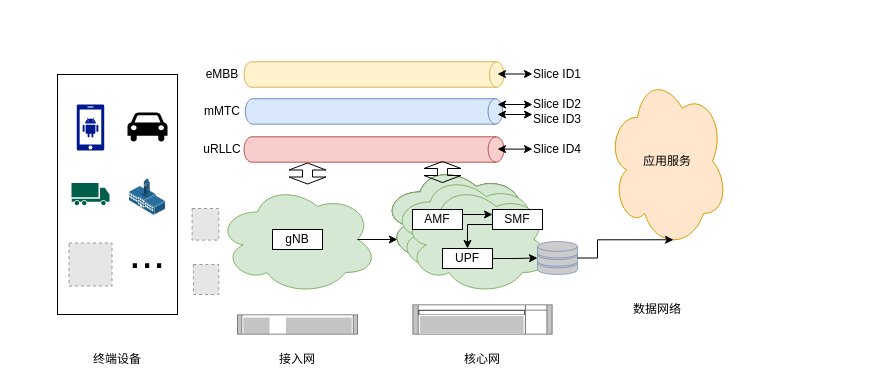
Above: doc/研究思路.drawio in zjr162/drawio-desktop (draw.io), before the change. Source tidied: cells renumbered, new cells numbered last; positions are measured from the earlier drawing's top-left corner, leaving out a move shared by most shapes. Both pictures are drawn from the tidied source at 100%, with x=0, y=0 at pixel (57, -56). Pictures stored in the file or linked from it are replaced by grey dashed boxes.
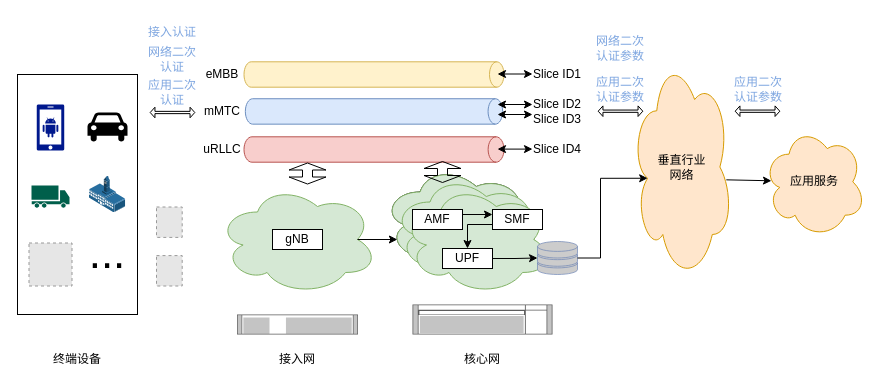
The same diagram, later.

Commit message:
更新研究思路.drawio

Unchanged cells that the change refers to:
```xml
<mxCell id="23" style="fontColor=#0066CC;verticalAlign=top;verticalLabelPosition=bottom;labelPosition=center;align=center;html=1;outlineConnect=0;fillColor=#CCCCCC;strokeColor=#6881B3;gradientColor=none;gradientDirection=north;strokeWidth=2;shape=mxgraph.networks.storage;" parent="1" vertex="1">
  <mxGeometry x="480" y="297" width="40" height="33" as="geometry" />
</mxCell>
```

Diff of the diagram source:
```diff
@@
     <mxCell id="2" value="终端设备" style="text;html=1;strokeColor=none;fillColor=none;align=center;verticalAlign=middle;whiteSpace=wrap;rounded=0;" parent="1" vertex="1">
-      <mxGeometry x="30" y="400" width="60" height="30" as="geometry" />
+      <mxGeometry x="-10" y="400" width="60" height="30" as="geometry" />
     </mxCell>
     <mxCell id="3" style="fillColor=#E6E6E6;strokeColor=#999999;dashed=1;verticalLabelPosition=bottom;verticalAlign=top;" parent="1" vertex="1">
-      <mxGeometry x="134.6" y="264" width="26.7" height="31.6" as="geometry" />
+      <mxGeometry x="99" y="262.5" width="25.7" height="30.4" as="geometry" />
     </mxCell>
     <mxCell id="4" style="fillColor=#E6E6E6;strokeColor=#999999;dashed=1;verticalLabelPosition=bottom;verticalAlign=top;" parent="1" vertex="1">
-      <mxGeometry x="135.9" y="320" width="25.4" height="30" as="geometry" />
+      <mxGeometry x="99" y="311.1" width="25.7" height="30.4" as="geometry" />
     </mxCell>
@@
-    <mxCell id="24" value="应用服务" style="ellipse;shape=cloud;whiteSpace=wrap;html=1;fillColor=#ffe6cc;strokeColor=#d79b00;" parent="1" vertex="1">
-      <mxGeometry x="550" y="129" width="120" height="175" as="geometry" />
+    <mxCell id="24" value="垂直行业&lt;br&gt;网络" style="ellipse;shape=cloud;whiteSpace=wrap;html=1;fillColor=#ffe6cc;strokeColor=#d79b00;" parent="1" vertex="1">
+      <mxGeometry x="574" y="110" width="101" height="225" as="geometry" />
     </mxCell>
-    <mxCell id="25" value="数据网络" style="text;html=1;strokeColor=none;fillColor=none;align=center;verticalAlign=middle;whiteSpace=wrap;rounded=0;" parent="1" vertex="1">
-      <mxGeometry x="570" y="350" width="60" height="30" as="geometry" />
-    </mxCell>
     <mxCell id="26" style="rounded=0;whiteSpace=wrap;html=1;" parent="1" vertex="1">
-      <mxGeometry y="130" width="120" height="240" as="geometry" />
+      <mxGeometry x="-40" y="130" width="120" height="240" as="geometry" />
     </mxCell>
     <mxCell id="27" style="image;html=1;align=center;shadow=0;dashed=0;image=img/lib/allied_telesis/buildings/School_Building.svg;" parent="1" vertex="1">
-      <mxGeometry x="71.8" y="234.1" width="36.4" height="36.8" as="geometry" />
+      <mxGeometry x="31.8" y="231.6" width="36.4" height="36.8" as="geometry" />
     </mxCell>
     <mxCell id="28" style="sketch=0;shadow=0;dashed=0;html=1;strokeColor=none;fillColor=#005F4B;labelPosition=center;verticalLabelPosition=bottom;verticalAlign=top;align=center;shape=mxgraph.veeam2.transport;" parent="1" vertex="1">
-      <mxGeometry x="14" y="238.5" width="38" height="23" as="geometry" />
+      <mxGeometry x="-26" y="241" width="38" height="23" as="geometry" />
     </mxCell>
     <mxCell id="29" style="sketch=0;shadow=0;dashed=0;html=1;strokeColor=none;labelPosition=center;verticalLabelPosition=bottom;verticalAlign=top;align=center;fillColor=#00188D;shape=mxgraph.mscae.enterprise.android_phone;" parent="1" vertex="1">
-      <mxGeometry x="19.2" y="160" width="27.6" height="46" as="geometry" />
+      <mxGeometry x="-20.8" y="160" width="27.6" height="46" as="geometry" />
     </mxCell>
     <mxCell id="30" style="shape=mxgraph.signs.transportation.car_4;html=1;fillColor=#000000;strokeColor=none;verticalLabelPosition=bottom;verticalAlign=top;align=center;sketch=0;" parent="1" vertex="1">
-      <mxGeometry x="70" y="168" width="40" height="30" as="geometry" />
+      <mxGeometry x="30" y="168" width="40" height="30" as="geometry" />
     </mxCell>
     <mxCell id="31" style="fillColor=#E6E6E6;strokeColor=#999999;dashed=1;verticalLabelPosition=bottom;verticalAlign=top;" parent="1" vertex="1">
-      <mxGeometry x="11.5" y="298.5" width="43" height="43" as="geometry" />
+      <mxGeometry x="-28.5" y="298.5" width="43" height="43" as="geometry" />
     </mxCell>
     <mxCell id="32" value="..." style="text;html=1;strokeColor=none;fillColor=none;align=center;verticalAlign=middle;whiteSpace=wrap;rounded=0;fontSize=44;" parent="1" vertex="1">
-      <mxGeometry x="60" y="294" width="60" height="30" as="geometry" />
+      <mxGeometry x="20" y="294" width="60" height="30" as="geometry" />
     </mxCell>
@@
-    <mxCell id="46" style="edgeStyle=orthogonalEdgeStyle;rounded=0;jettySize=auto;html=1;exitX=1;exitY=0.5;exitDx=0;exitDy=0;exitPerimeter=0;entryX=0.55;entryY=0.95;entryDx=0;entryDy=0;entryPerimeter=0;" parent="1" edge="1" source="23" target="24">
-      <mxGeometry relative="1" as="geometry" />
+    <mxCell id="46" style="edgeStyle=orthogonalEdgeStyle;rounded=0;jettySize=auto;html=1;exitX=1;exitY=0.5;exitDx=0;exitDy=0;exitPerimeter=0;entryX=0.16;entryY=0.55;entryDx=0;entryDy=0;entryPerimeter=0;" parent="1" edge="1" source="23" target="24">
+      <mxGeometry relative="1" as="geometry">
+        <Array as="points">
+          <mxPoint x="543" y="314" />
+          <mxPoint x="543" y="234" />
+        </Array>
+      </mxGeometry>
     </mxCell>
@@
+    <mxCell id="50" value="应用服务" style="ellipse;shape=cloud;whiteSpace=wrap;html=1;fillColor=#ffe6cc;strokeColor=#d79b00;" parent="1" vertex="1">
+      <mxGeometry x="706" y="181.9" width="102" height="111" as="geometry" />
+    </mxCell>
+    <mxCell id="51" style="endArrow=classic;html=1;rounded=0;exitX=0.939;exitY=0.557;exitDx=0;exitDy=0;exitPerimeter=0;entryX=0.078;entryY=0.49;entryDx=0;entryDy=0;entryPerimeter=0;" parent="1" edge="1" source="24" target="50">
+      <mxGeometry relative="1" as="geometry" />
+    </mxCell>
+    <mxCell id="52" value="&lt;font color=&quot;#7ea6e0&quot;&gt;接入认证&lt;/font&gt;" style="text;html=1;strokeColor=none;fillColor=none;align=center;verticalAlign=middle;whiteSpace=wrap;rounded=0;" parent="1" vertex="1">
+      <mxGeometry x="85" y="73" width="60" height="30" as="geometry" />
+    </mxCell>
+    <mxCell id="53" style="shape=flexArrow;endArrow=classic;startArrow=classic;html=1;rounded=0;width=2.2857142857142856;startSize=1.2514285714285713;endSize=1.2514285714285713;startWidth=7.2653061224489806;endWidth=7.2653061224489806;" parent="1" edge="1">
+      <mxGeometry relative="1" as="geometry">
+        <mxPoint x="92.2" y="168" as="sourcePoint" />
+        <mxPoint x="137.8" y="168" as="targetPoint" />
+      </mxGeometry>
+    </mxCell>
+    <mxCell id="54" value="&lt;font color=&quot;#7ea6e0&quot;&gt;网络二次认证&lt;/font&gt;" style="text;html=1;strokeColor=none;fillColor=none;align=center;verticalAlign=middle;whiteSpace=wrap;rounded=0;" parent="1" vertex="1">
+      <mxGeometry x="85" y="100" width="60" height="30" as="geometry" />
+    </mxCell>
+    <mxCell id="55" value="&lt;font color=&quot;#7ea6e0&quot;&gt;应用二次认证&lt;/font&gt;" style="text;html=1;strokeColor=none;fillColor=none;align=center;verticalAlign=middle;whiteSpace=wrap;rounded=0;" parent="1" vertex="1">
+      <mxGeometry x="85" y="133" width="60" height="30" as="geometry" />
+    </mxCell>
+    <mxCell id="56" style="shape=flexArrow;endArrow=classic;startArrow=classic;html=1;rounded=0;width=2.2857142857142856;startSize=1.2514285714285713;endSize=1.2514285714285713;startWidth=7.2653061224489806;endWidth=7.2653061224489806;" parent="1" edge="1">
+      <mxGeometry relative="1" as="geometry">
+        <mxPoint x="540.2" y="166.7" as="sourcePoint" />
+        <mxPoint x="585.8" y="166.7" as="targetPoint" />
+      </mxGeometry>
+    </mxCell>
+    <mxCell id="57" value="&lt;font color=&quot;#7ea6e0&quot;&gt;网络二次认证参数&lt;br&gt;&lt;/font&gt;" style="text;html=1;strokeColor=none;fillColor=none;align=center;verticalAlign=middle;whiteSpace=wrap;rounded=0;" parent="1" vertex="1">
+      <mxGeometry x="533" y="89" width="60" height="30" as="geometry" />
+    </mxCell>
+    <mxCell id="58" value="&lt;font color=&quot;#7ea6e0&quot;&gt;应用二次认证参数&lt;br&gt;&lt;/font&gt;" style="text;html=1;strokeColor=none;fillColor=none;align=center;verticalAlign=middle;whiteSpace=wrap;rounded=0;" parent="1" vertex="1">
+      <mxGeometry x="533" y="130" width="60" height="30" as="geometry" />
+    </mxCell>
+    <mxCell id="59" style="shape=flexArrow;endArrow=classic;startArrow=classic;html=1;rounded=0;width=2.2857142857142856;startSize=1.2514285714285713;endSize=1.2514285714285713;startWidth=7.2653061224489806;endWidth=7.2653061224489806;" parent="1" edge="1">
+      <mxGeometry relative="1" as="geometry">
+        <mxPoint x="677.2" y="166.7" as="sourcePoint" />
+        <mxPoint x="722.8" y="166.7" as="targetPoint" />
+      </mxGeometry>
+    </mxCell>
+    <mxCell id="60" value="&lt;font color=&quot;#7ea6e0&quot;&gt;应用二次认证参数&lt;br&gt;&lt;/font&gt;" style="text;html=1;strokeColor=none;fillColor=none;align=center;verticalAlign=middle;whiteSpace=wrap;rounded=0;" parent="1" vertex="1">
+      <mxGeometry x="671" y="130" width="60" height="30" as="geometry" />
+    </mxCell>
```
